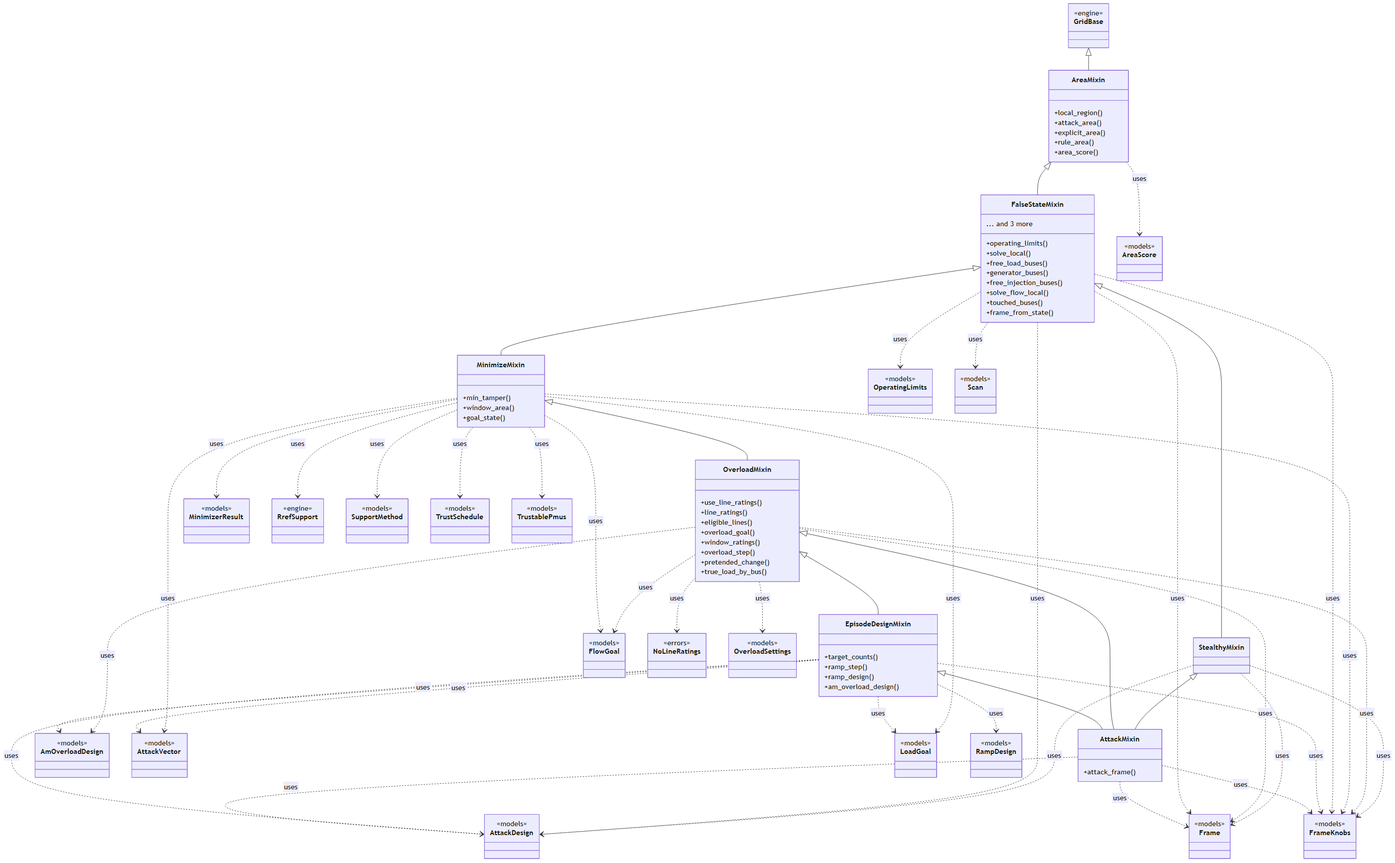
The Mermaid diagram docs/figures/diagrams/classes_attacks.png in myersben9/fdia-graph, before a commit. Its source is kept beside it as docs/figures/diagrams/classes_attacks.mmd.
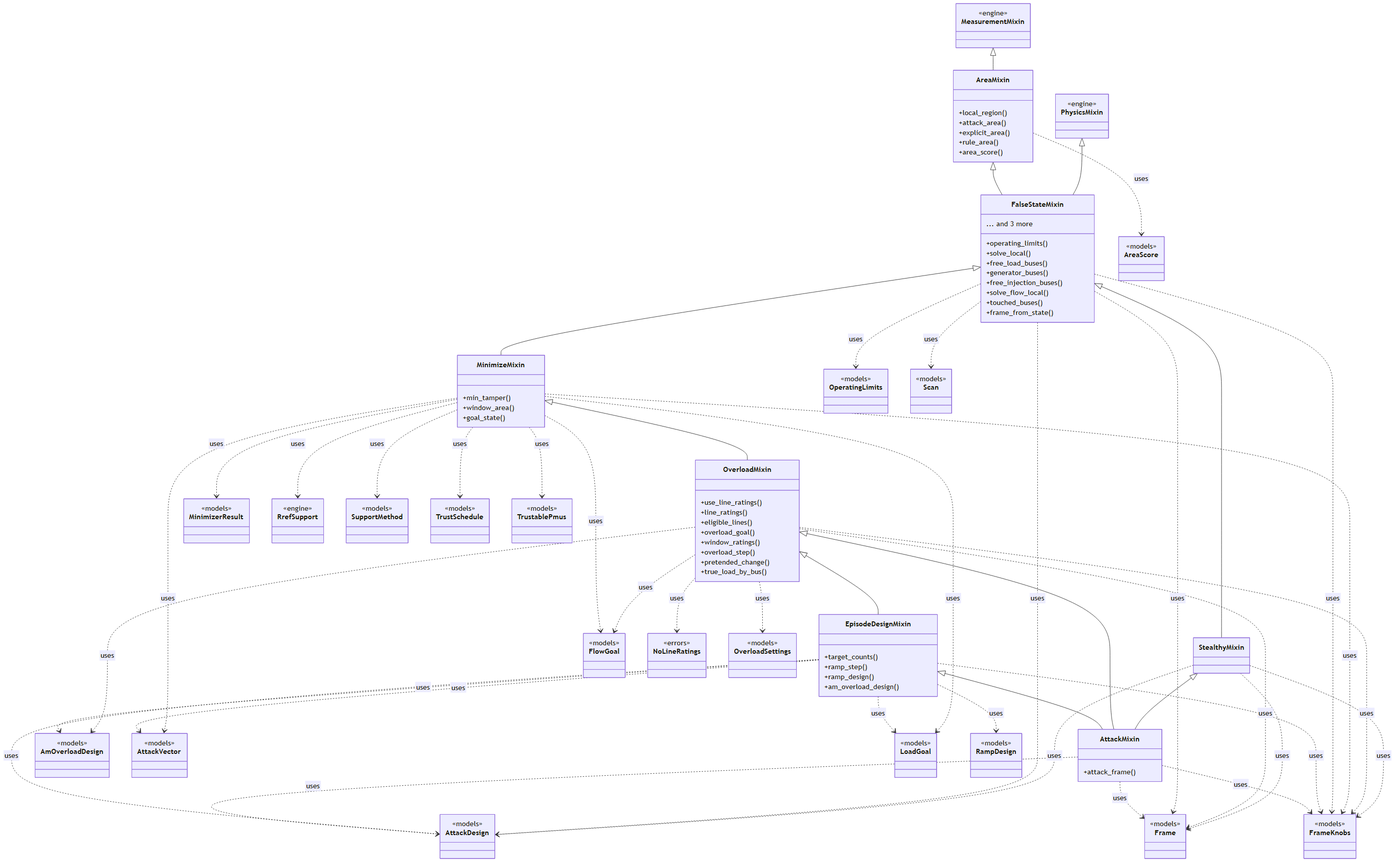
The same file after the commit.

What changed in the source:
```diff
@@ -64,11 +64,11 @@
     class FrameKnobs {
         <<models>>
     }
-    class GridBase {
-        <<engine>>
-    }
     class LoadGoal {
         <<models>>
+    }
+    class MeasurementMixin {
+        <<engine>>
     }
     class MinimizerResult {
         <<models>>
@@ -81,6 +81,9 @@
     }
     class OverloadSettings {
         <<models>>
+    }
+    class PhysicsMixin {
+        <<engine>>
     }
     class RampDesign {
         <<models>>
@@ -104,10 +107,11 @@
     EpisodeDesignMixin <|-- AttackMixin
     FalseStateMixin <|-- MinimizeMixin
     FalseStateMixin <|-- StealthyMixin
-    GridBase <|-- AreaMixin
+    MeasurementMixin <|-- AreaMixin
     MinimizeMixin <|-- OverloadMixin
     OverloadMixin <|-- AttackMixin
     OverloadMixin <|-- EpisodeDesignMixin
+    PhysicsMixin <|-- FalseStateMixin
     StealthyMixin <|-- AttackMixin
     AreaMixin ..> AreaScore : uses
     AttackMixin ..> AttackDesign : uses
```
